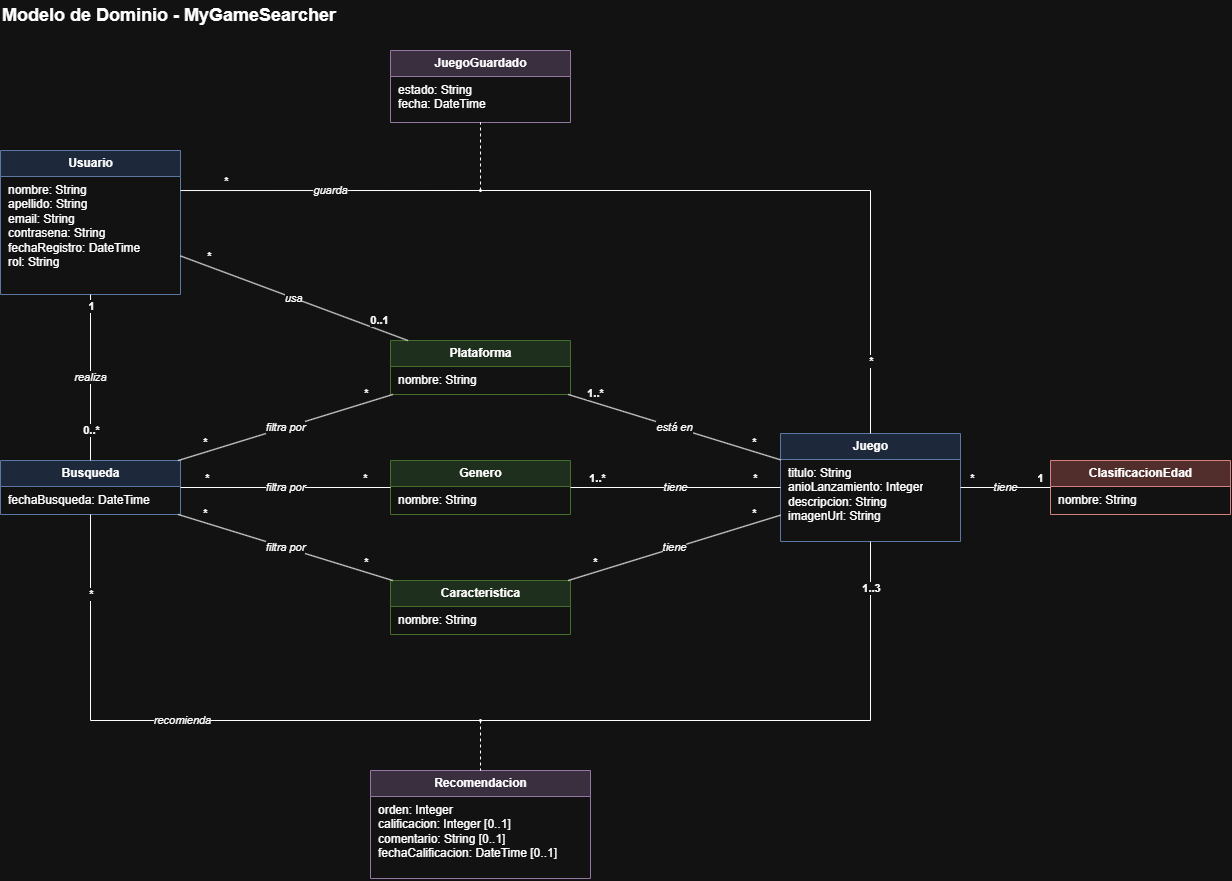
petazzijuann/TP-DSW keeps this draw.io diagram as Modelo_dominio.png. Above is the earlier version. Source tidied: cells renumbered, new cells last; positions are measured from the earlier drawing's top-left corner, leaving out a move shared by most shapes.
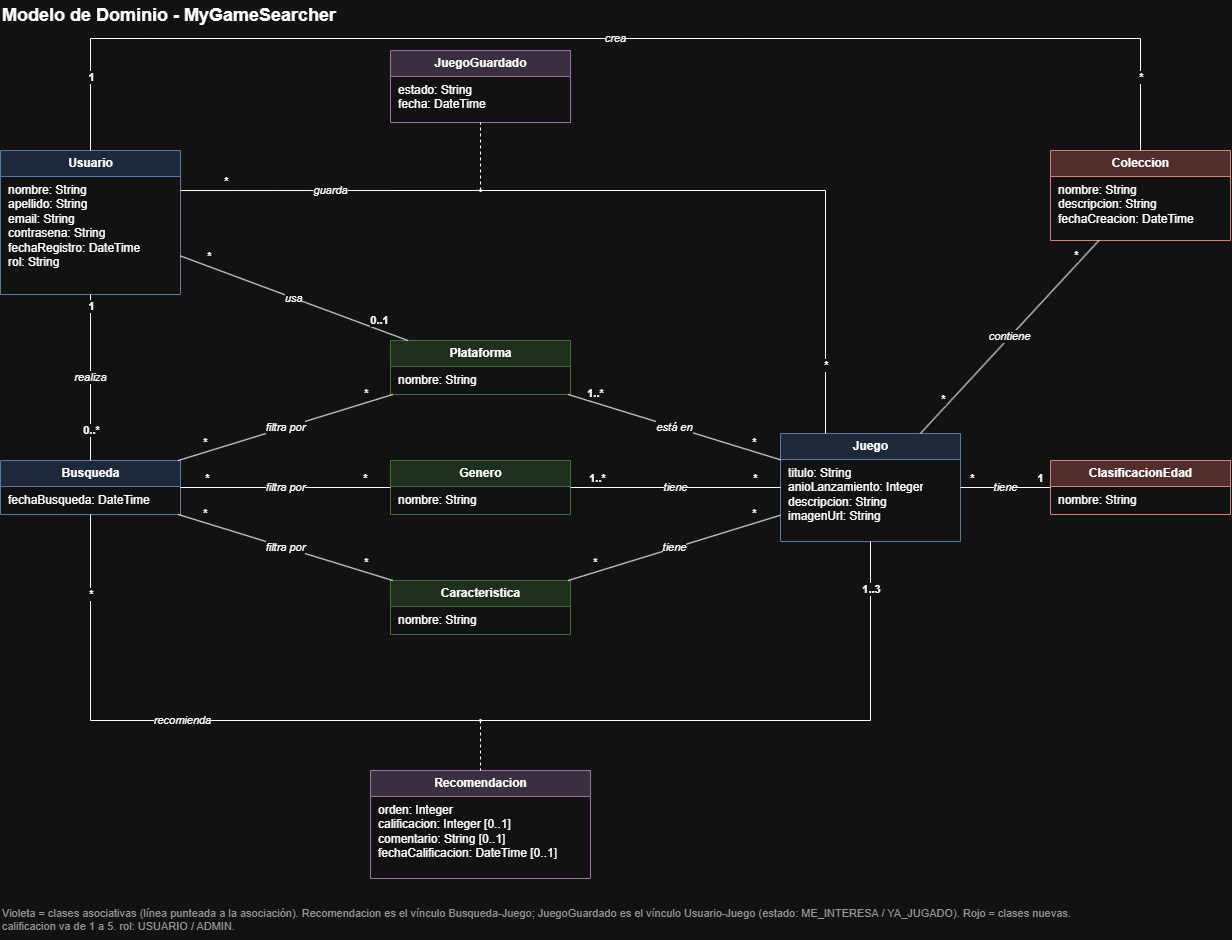
After the change.

Commit message:
actualizacion der y md

What changed in the source:
```diff
@@ -187,10 +187,10 @@
         <mxPoint y="-10" as="offset" />
       </mxGeometry>
     </mxCell>
-    <mxCell id="51" style="endArrow=none;html=1;rounded=0;labelBackgroundColor=#ffffff;fontSize=11;fontStyle=2;entryX=0.5;entryY=0;entryDx=0;entryDy=0;" parent="1" edge="1" source="48" target="13">
+    <mxCell id="51" style="endArrow=none;html=1;rounded=0;labelBackgroundColor=#ffffff;fontSize=11;fontStyle=2;entryX=0.25;entryY=0;entryDx=0;entryDy=0;" parent="1" edge="1" source="48" target="13">
       <mxGeometry relative="1" as="geometry">
         <Array as="points">
-          <mxPoint x="870" y="190" />
+          <mxPoint x="825" y="190" />
         </Array>
       </mxGeometry>
     </mxCell>
@@ -202,35 +202,75 @@
     <mxCell id="53" style="endArrow=none;html=1;rounded=0;labelBackgroundColor=#ffffff;fontSize=11;fontStyle=2;dashed=1;entryX=0.5;entryY=1;entryDx=0;entryDy=0;" parent="1" edge="1" source="48" target="17">
       <mxGeometry relative="1" as="geometry" />
     </mxCell>
-    <mxCell id="54" style="shape=waypoint;size=3;fillColor=#000000;strokeColor=#000000;perimeter=centerPerimeter;" parent="1" vertex="1">
-      <mxGeometry x="470" y="710" width="20" height="20" as="geometry" />
+    <mxCell id="54" value="Coleccion" style="swimlane;fontStyle=1;startSize=26;html=1;fillColor=#f8cecc;strokeColor=#b85450;" parent="1" vertex="1">
+      <mxGeometry x="1050" y="150" width="180" height="90" as="geometry" />
     </mxCell>
-    <mxCell id="55" value="recomienda" style="endArrow=none;html=1;rounded=0;labelBackgroundColor=#ffffff;fontSize=11;fontStyle=2;exitX=0.5;exitY=1;exitDx=0;exitDy=0;" parent="1" edge="1" source="5" target="54">
-      <mxGeometry relative="1" as="geometry">
-        <Array as="points">
-          <mxPoint x="90" y="720" />
-        </Array>
-      </mxGeometry>
+    <mxCell id="55" value="nombre: String&lt;br&gt;descripcion: String&lt;br&gt;fechaCreacion: DateTime" style="text;html=1;strokeColor=none;fillColor=none;align=left;verticalAlign=top;spacingLeft=6;whiteSpace=wrap;overflow=hidden;fontSize=12;" parent="54" vertex="1">
+      <mxGeometry y="26" width="180" height="64" as="geometry" />
     </mxCell>
-    <mxCell id="56" value="*" style="edgeLabel;html=1;align=center;verticalAlign=middle;labelBackgroundColor=#ffffff;fontSize=11;fontStyle=1;" parent="55" vertex="1">
-      <mxGeometry x="-0.7" relative="1" as="geometry">
-        <mxPoint y="-10" as="offset" />
+    <mxCell id="56" value="crea" style="endArrow=none;html=1;rounded=0;labelBackgroundColor=#ffffff;fontSize=11;fontStyle=2;exitX=0.5;exitY=0;exitDx=0;exitDy=0;entryX=0.5;entryY=0;entryDx=0;entryDy=0;" parent="1" edge="1" source="3" target="54">
+      <mxGeometry relative="1" as="geometry">
+        <Array as="points">
+          <mxPoint x="90" y="38" />
+          <mxPoint x="1140" y="38" />
+        </Array>
       </mxGeometry>
     </mxCell>
-    <mxCell id="57" style="endArrow=none;html=1;rounded=0;labelBackgroundColor=#ffffff;fontSize=11;fontStyle=2;entryX=0.5;entryY=1;entryDx=0;entryDy=0;" parent="1" edge="1" source="54" target="13">
-      <mxGeometry relative="1" as="geometry">
-        <Array as="points">
-          <mxPoint x="870" y="720" />
-        </Array>
+    <mxCell id="57" value="1" style="edgeLabel;html=1;align=center;verticalAlign=middle;labelBackgroundColor=#ffffff;fontSize=11;fontStyle=1;" parent="56" vertex="1">
+      <mxGeometry x="-0.9" relative="1" as="geometry">
+        <mxPoint y="-10" as="offset" />
       </mxGeometry>
     </mxCell>
-    <mxCell id="58" value="1..3" style="edgeLabel;html=1;align=center;verticalAlign=middle;labelBackgroundColor=#ffffff;fontSize=11;fontStyle=1;" parent="57" vertex="1">
-      <mxGeometry x="0.8" relative="1" as="geometry">
+    <mxCell id="58" value="*" style="edgeLabel;html=1;align=center;verticalAlign=middle;labelBackgroundColor=#ffffff;fontSize=11;fontStyle=1;" parent="56" vertex="1">
+      <mxGeometry x="0.9" relative="1" as="geometry">
         <mxPoint y="-10" as="offset" />
       </mxGeometry>
     </mxCell>
-    <mxCell id="59" style="endArrow=none;html=1;rounded=0;labelBackgroundColor=#ffffff;fontSize=11;fontStyle=2;dashed=1;entryX=0.5;entryY=0;entryDx=0;entryDy=0;" parent="1" edge="1" source="54" target="19">
+    <mxCell id="59" value="contiene" style="endArrow=none;html=1;rounded=0;labelBackgroundColor=#ffffff;fontSize=11;fontStyle=2;" parent="1" edge="1" source="54" target="13">
       <mxGeometry relative="1" as="geometry" />
     </mxCell>
+    <mxCell id="60" value="*" style="edgeLabel;html=1;align=center;verticalAlign=middle;labelBackgroundColor=#ffffff;fontSize=11;fontStyle=1;" parent="59" vertex="1">
+      <mxGeometry x="-0.75" relative="1" as="geometry">
+        <mxPoint y="-10" as="offset" />
+      </mxGeometry>
+    </mxCell>
+    <mxCell id="61" value="*" style="edgeLabel;html=1;align=center;verticalAlign=middle;labelBackgroundColor=#ffffff;fontSize=11;fontStyle=1;" parent="59" vertex="1">
+      <mxGeometry x="0.75" relative="1" as="geometry">
+        <mxPoint y="-10" as="offset" />
+      </mxGeometry>
+    </mxCell>
+    <mxCell id="62" style="shape=waypoint;size=3;fillColor=#000000;strokeColor=#000000;perimeter=centerPerimeter;" parent="1" vertex="1">
+      <mxGeometry x="470" y="710" width="20" height="20" as="geometry" />
+    </mxCell>
+    <mxCell id="63" value="recomienda" style="endArrow=none;html=1;rounded=0;labelBackgroundColor=#ffffff;fontSize=11;fontStyle=2;exitX=0.5;exitY=1;exitDx=0;exitDy=0;" parent="1" edge="1" source="5" target="62">
+      <mxGeometry relative="1" as="geometry">
+        <Array as="points">
+          <mxPoint x="90" y="720" />
+        </Array>
+      </mxGeometry>
+    </mxCell>
+    <mxCell id="64" value="*" style="edgeLabel;html=1;align=center;verticalAlign=middle;labelBackgroundColor=#ffffff;fontSize=11;fontStyle=1;" parent="63" vertex="1">
+      <mxGeometry x="-0.7" relative="1" as="geometry">
+        <mxPoint y="-10" as="offset" />
+      </mxGeometry>
+    </mxCell>
+    <mxCell id="65" style="endArrow=none;html=1;rounded=0;labelBackgroundColor=#ffffff;fontSize=11;fontStyle=2;entryX=0.5;entryY=1;entryDx=0;entryDy=0;" parent="1" edge="1" source="62" target="13">
+      <mxGeometry relative="1" as="geometry">
+        <Array as="points">
+          <mxPoint x="870" y="720" />
+        </Array>
+      </mxGeometry>
+    </mxCell>
+    <mxCell id="66" value="1..3" style="edgeLabel;html=1;align=center;verticalAlign=middle;labelBackgroundColor=#ffffff;fontSize=11;fontStyle=1;" parent="65" vertex="1">
+      <mxGeometry x="0.8" relative="1" as="geometry">
+        <mxPoint y="-10" as="offset" />
+      </mxGeometry>
+    </mxCell>
+    <mxCell id="67" style="endArrow=none;html=1;rounded=0;labelBackgroundColor=#ffffff;fontSize=11;fontStyle=2;dashed=1;entryX=0.5;entryY=0;entryDx=0;entryDy=0;" parent="1" edge="1" source="62" target="19">
+      <mxGeometry relative="1" as="geometry" />
+    </mxCell>
+    <mxCell id="68" value="Violeta = clases asociativas (línea punteada a la asociación). Recomendacion es el vínculo Busqueda-Juego; JuegoGuardado es el vínculo Usuario-Juego (estado: ME_INTERESA / YA_JUGADO). Rojo = clases nuevas. calificacion va de 1 a 5. rol: USUARIO / ADMIN." style="text;html=1;fontSize=11;align=left;verticalAlign=top;whiteSpace=wrap;fontColor=#666666;" parent="1" vertex="1">
+      <mxGeometry y="900" width="1100" height="40" as="geometry" />
+    </mxCell>
   </root>
 </mxGraphModel>
```
